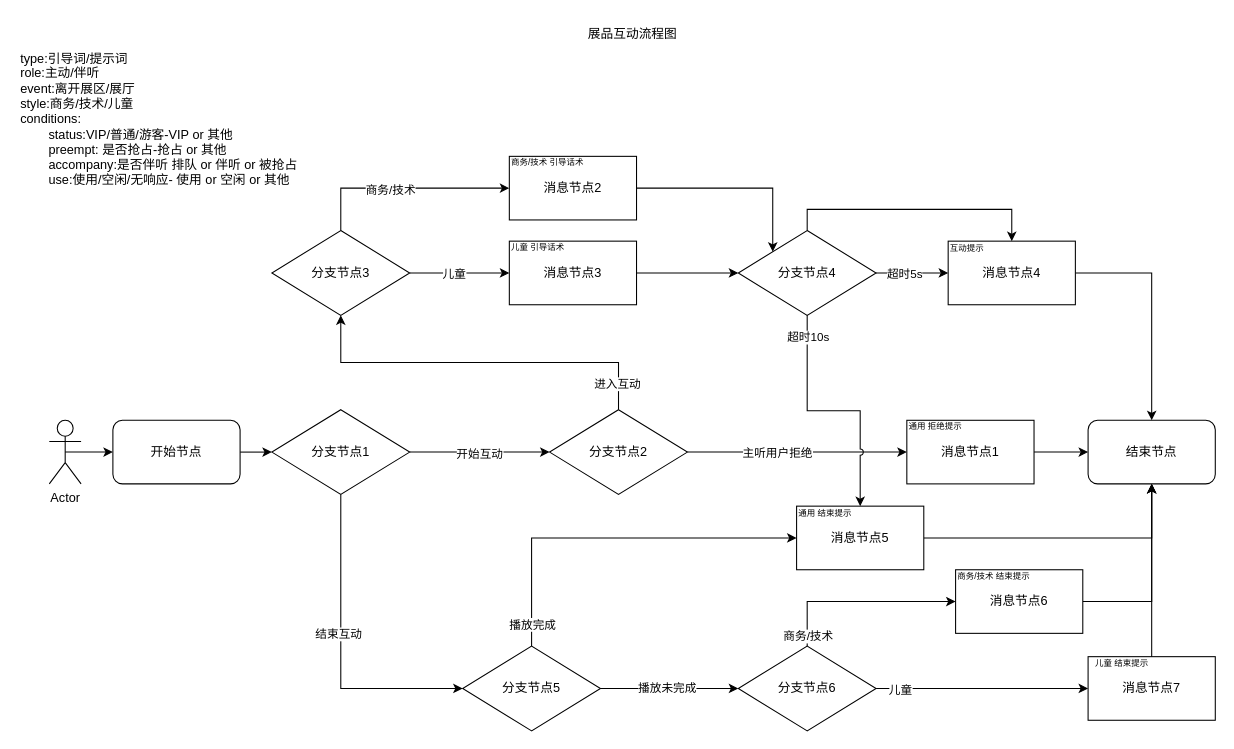
Above: 7.展品互动.drawio in huaxiaojilzg/workflow_draw (draw.io), before the change. Source tidied: cells renumbered, new cells numbered last; positions are measured from the earlier drawing's top-left corner, leaving out a move shared by most shapes. Both pictures are drawn from the tidied source at 106%, with x=0, y=0 at pixel (18, 18).
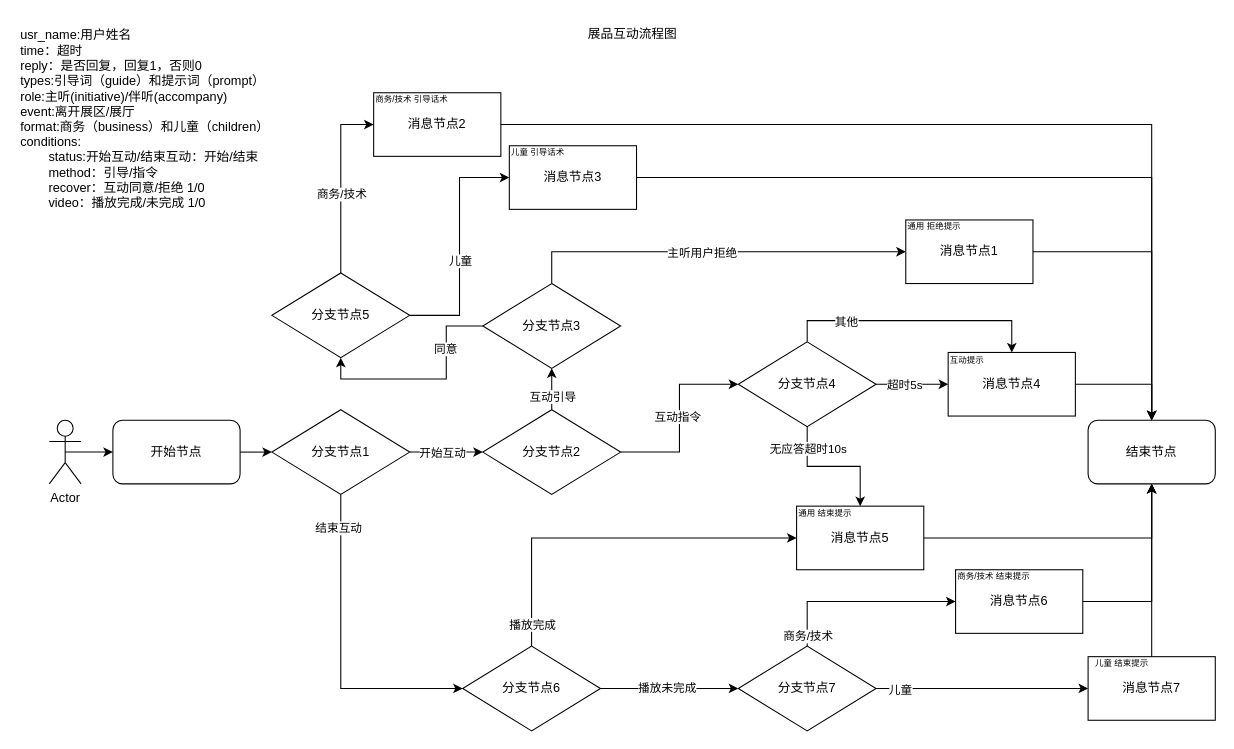
The same page after the edit.

Commit message:
更新7.展品互动.drawio

Unchanged cells that the change refers to:
```xml
<mxCell id="6" style="edgeStyle=orthogonalEdgeStyle;rounded=0;jettySize=auto;html=1;exitX=1;exitY=0.5;exitDx=0;exitDy=0;entryX=0;entryY=0.5;entryDx=0;entryDy=0;" parent="1" edge="1" source="16" target="13">
  <mxGeometry relative="1" as="geometry" />
</mxCell>
<mxCell id="10" value="结束节点" style="rounded=1;whiteSpace=wrap;html=1;" parent="1" vertex="1">
  <mxGeometry x="1009" y="379" width="120" height="60" as="geometry" />
</mxCell>
<mxCell id="14" style="edgeStyle=orthogonalEdgeStyle;rounded=0;jettySize=auto;html=1;exitX=0.5;exitY=1;exitDx=0;exitDy=0;entryX=1;entryY=0.5;entryDx=0;entryDy=0;" parent="1" edge="1" source="16" target="21">
  <mxGeometry relative="1" as="geometry" />
</mxCell>
<mxCell id="25" style="edgeStyle=orthogonalEdgeStyle;rounded=0;jettySize=auto;html=1;exitX=0.5;exitY=0;exitDx=0;exitDy=0;entryX=0.5;entryY=0;entryDx=0;entryDy=0;" parent="1" edge="1" source="27" target="44">
  <mxGeometry relative="1" as="geometry" />
</mxCell>
<mxCell id="37" style="edgeStyle=orthogonalEdgeStyle;rounded=0;jettySize=auto;html=1;exitX=0.5;exitY=0;exitDx=0;exitDy=0;entryX=0;entryY=0.5;entryDx=0;entryDy=0;" parent="1" edge="1" source="36" target="40">
  <mxGeometry relative="1" as="geometry" />
</mxCell>
```

Change to the diagram source:
```diff
@@
     <mxCell id="7" value="开始互动" style="edgeLabel;html=1;align=center;verticalAlign=middle;" parent="6" vertex="1">
-      <mxGeometry x="-0.01" y="-1" relative="1" as="geometry" />
+      <mxGeometry x="-0.01" y="-1" relative="1" as="geometry">
+        <mxPoint x="-4" y="-1" as="offset" />
+      </mxGeometry>
     </mxCell>
-    <mxCell id="8" style="edgeStyle=orthogonalEdgeStyle;rounded=0;jettySize=auto;html=1;exitX=0.5;exitY=0;exitDx=0;exitDy=0;entryX=0.5;entryY=1;entryDx=0;entryDy=0;" parent="1" edge="1" source="13" target="36">
+    <mxCell id="8" style="edgeStyle=orthogonalEdgeStyle;rounded=0;jettySize=auto;html=1;exitX=0.5;exitY=0;exitDx=0;exitDy=0;entryX=0.5;entryY=1;entryDx=0;entryDy=0;" parent="1" edge="1" source="13" target="67">
       <mxGeometry relative="1" as="geometry" />
     </mxCell>
-    <mxCell id="9" value="进入互动" style="edgeLabel;html=1;align=center;verticalAlign=middle;" parent="8" vertex="1">
-      <mxGeometry x="-0.86" y="2" relative="1" as="geometry" />
+    <mxCell id="9" value="互动引导" style="edgeLabel;html=1;align=center;verticalAlign=middle;" parent="8" vertex="1">
+      <mxGeometry x="-0.86" y="2" relative="1" as="geometry">
+        <mxPoint x="2" y="-10" as="offset" />
+      </mxGeometry>
     </mxCell>
@@
-    <mxCell id="11" style="edgeStyle=orthogonalEdgeStyle;rounded=0;jettySize=auto;html=1;exitX=1;exitY=0.5;exitDx=0;exitDy=0;entryX=0;entryY=0.5;entryDx=0;entryDy=0;jumpStyle=arc;" parent="1" edge="1" source="13" target="55">
+    <mxCell id="11" style="edgeStyle=orthogonalEdgeStyle;rounded=0;jettySize=auto;html=1;entryX=0;entryY=0.5;entryDx=0;entryDy=0;jumpStyle=arc;exitX=0.5;exitY=0;exitDx=0;exitDy=0;" parent="1" edge="1" source="67" target="55">
       <mxGeometry relative="1" as="geometry" />
     </mxCell>
@@
+    <mxCell id="61" style="edgeStyle=orthogonalEdgeStyle;rounded=0;jettySize=auto;html=1;exitX=1;exitY=0.5;exitDx=0;exitDy=0;entryX=0;entryY=0.5;entryDx=0;entryDy=0;" parent="1" edge="1" source="13" target="27">
+      <mxGeometry relative="1" as="geometry" />
+    </mxCell>
+    <mxCell id="62" value="互动指令" style="edgeLabel;html=1;align=center;verticalAlign=middle;" parent="61" vertex="1">
+      <mxGeometry x="0.02" y="2" relative="1" as="geometry" />
+    </mxCell>
     <mxCell id="13" value="分支节点2" style="rhombus;whiteSpace=wrap;html=1;" parent="1" vertex="1">
-      <mxGeometry x="501" y="369" width="130" height="80" as="geometry" />
+      <mxGeometry x="438" y="369" width="130" height="80" as="geometry" />
     </mxCell>
@@
     <mxCell id="15" value="结束互动" style="edgeLabel;html=1;align=center;verticalAlign=middle;" parent="14" vertex="1">
-      <mxGeometry x="-0.12" y="-3" relative="1" as="geometry" />
+      <mxGeometry x="-0.12" y="-3" relative="1" as="geometry">
+        <mxPoint y="-100" as="offset" />
+      </mxGeometry>
     </mxCell>
@@
-    <mxCell id="21" value="分支节点5" style="rhombus;whiteSpace=wrap;html=1;direction=west;" parent="1" vertex="1">
+    <mxCell id="21" value="分支节点6" style="rhombus;whiteSpace=wrap;html=1;direction=west;" parent="1" vertex="1">
       <mxGeometry x="419" y="592" width="130" height="80" as="geometry" />
     </mxCell>
@@
-    <mxCell id="26" value="超时10s" style="edgeLabel;html=1;align=center;verticalAlign=middle;" parent="25" vertex="1">
+    <mxCell id="26" value="无应答超时10s" style="edgeLabel;html=1;align=center;verticalAlign=middle;" parent="25" vertex="1">
       <mxGeometry x="-0.45" y="1" relative="1" as="geometry">
         <mxPoint x="-47" y="121" as="offset" />
       </mxGeometry>
     </mxCell>
+    <mxCell id="63" value="其他" style="edgeLabel;html=1;align=center;verticalAlign=middle;" parent="25" vertex="1">
+      <mxGeometry x="-0.54" y="-1" relative="1" as="geometry" />
+    </mxCell>
     <mxCell id="27" value="分支节点4" style="rhombus;whiteSpace=wrap;html=1;" parent="1" vertex="1">
-      <mxGeometry x="679" y="200" width="130" height="80" as="geometry" />
+      <mxGeometry x="679" y="305" width="130" height="80" as="geometry" />
     </mxCell>
@@
-    <mxCell id="32" value="分支节点6" style="rhombus;whiteSpace=wrap;html=1;direction=west;" parent="1" vertex="1">
+    <mxCell id="32" value="分支节点7" style="rhombus;whiteSpace=wrap;html=1;direction=west;" parent="1" vertex="1">
       <mxGeometry x="679" y="592" width="130" height="80" as="geometry" />
     </mxCell>
@@
-    <mxCell id="36" value="分支节点3" style="rhombus;whiteSpace=wrap;html=1;" parent="1" vertex="1">
-      <mxGeometry x="239" y="200" width="130" height="80" as="geometry" />
+    <mxCell id="36" value="分支节点5" style="rhombus;whiteSpace=wrap;html=1;" parent="1" vertex="1">
+      <mxGeometry x="239" y="240" width="130" height="80" as="geometry" />
     </mxCell>
@@
     <mxCell id="38" value="商务/技术" style="edgeLabel;html=1;align=center;verticalAlign=middle;" parent="37" vertex="1">
-      <mxGeometry x="-0.14" y="-1" relative="1" as="geometry" />
+      <mxGeometry x="-0.14" y="-1" relative="1" as="geometry">
+        <mxPoint x="-1" y="-1" as="offset" />
+      </mxGeometry>
     </mxCell>
-    <mxCell id="39" style="edgeStyle=orthogonalEdgeStyle;rounded=0;jettySize=auto;html=1;exitX=1;exitY=0.5;exitDx=0;exitDy=0;entryX=0;entryY=0;entryDx=0;entryDy=0;" parent="1" edge="1" source="40" target="27">
+    <mxCell id="39" style="edgeStyle=orthogonalEdgeStyle;rounded=0;jettySize=auto;html=1;exitX=1;exitY=0.5;exitDx=0;exitDy=0;entryX=0.5;entryY=0;entryDx=0;entryDy=0;" parent="1" edge="1" source="40" target="10">
       <mxGeometry relative="1" as="geometry" />
     </mxCell>
     <mxCell id="40" value="消息节点2" style="rounded=0;whiteSpace=wrap;html=1;" parent="1" vertex="1">
-      <mxGeometry x="463" y="130" width="120" height="60" as="geometry" />
+      <mxGeometry x="335" y="70" width="120" height="60" as="geometry" />
     </mxCell>
-    <mxCell id="41" style="edgeStyle=orthogonalEdgeStyle;rounded=0;jettySize=auto;html=1;exitX=1;exitY=0.5;exitDx=0;exitDy=0;" parent="1" edge="1" source="42" target="27">
+    <mxCell id="41" style="edgeStyle=orthogonalEdgeStyle;rounded=0;jettySize=auto;html=1;exitX=1;exitY=0.5;exitDx=0;exitDy=0;entryX=0.5;entryY=0;entryDx=0;entryDy=0;" parent="1" edge="1" source="42" target="10">
       <mxGeometry relative="1" as="geometry" />
     </mxCell>
     <mxCell id="42" value="消息节点3" style="rounded=0;whiteSpace=wrap;html=1;" parent="1" vertex="1">
-      <mxGeometry x="463" y="210" width="120" height="60" as="geometry" />
+      <mxGeometry x="463" y="120" width="120" height="60" as="geometry" />
     </mxCell>
@@
     <mxCell id="44" value="消息节点4" style="rounded=0;whiteSpace=wrap;html=1;" parent="1" vertex="1">
-      <mxGeometry x="877" y="210" width="120" height="60" as="geometry" />
+      <mxGeometry x="877" y="315" width="120" height="60" as="geometry" />
     </mxCell>
@@
     <mxCell id="55" value="消息节点1" style="rounded=0;whiteSpace=wrap;html=1;" parent="1" vertex="1">
-      <mxGeometry x="838" y="379" width="120" height="60" as="geometry" />
+      <mxGeometry x="837" y="190" width="120" height="60" as="geometry" />
     </mxCell>
     <mxCell id="56" value="&lt;span style=&quot;font-size: 8px;&quot;&gt;通用 拒绝提示&lt;/span&gt;" style="text;html=1;align=left;verticalAlign=middle;whiteSpace=wrap;rounded=0;" parent="1" vertex="1">
-      <mxGeometry x="838" y="379" width="80" height="10" as="geometry" />
+      <mxGeometry x="837" y="190" width="80" height="10" as="geometry" />
     </mxCell>
     <mxCell id="57" value="&lt;span style=&quot;font-size: 8px;&quot;&gt;商务/技术 引导话术&lt;/span&gt;" style="text;html=1;align=left;verticalAlign=middle;whiteSpace=wrap;rounded=0;" parent="1" vertex="1">
-      <mxGeometry x="463" y="130" width="80" height="10" as="geometry" />
+      <mxGeometry x="335" y="70" width="80" height="10" as="geometry" />
     </mxCell>
     <mxCell id="58" value="&lt;span style=&quot;font-size: 8px;&quot;&gt;儿童 引导话术&lt;/span&gt;" style="text;html=1;align=left;verticalAlign=middle;whiteSpace=wrap;rounded=0;" parent="1" vertex="1">
-      <mxGeometry x="463" y="210" width="80" height="10" as="geometry" />
+      <mxGeometry x="463" y="120" width="80" height="10" as="geometry" />
     </mxCell>
     <mxCell id="59" value="&lt;span style=&quot;font-size: 8px;&quot;&gt;互动提示&lt;/span&gt;" style="text;html=1;align=left;verticalAlign=middle;whiteSpace=wrap;rounded=0;" parent="1" vertex="1">
-      <mxGeometry x="877" y="211" width="80" height="10" as="geometry" />
+      <mxGeometry x="877" y="316" width="80" height="10" as="geometry" />
     </mxCell>
-    <mxCell id="60" value="type:引导词/提示词&lt;div&gt;role:主动/伴听&lt;/div&gt;&lt;div&gt;event:离开展区/展厅&lt;/div&gt;&lt;div&gt;style:商务/技术/儿童&lt;br&gt;conditions:&lt;/div&gt;&lt;div&gt;&lt;span style=&quot;white-space: pre;&quot;&gt;&#9;&lt;/span&gt;status:VIP/普通/游客-VIP or 其他&lt;/div&gt;&lt;div&gt;&lt;span style=&quot;white-space: pre;&quot;&gt;&#9;&lt;/span&gt;preempt: 是否抢占-抢占 or 其他&lt;/div&gt;&lt;div&gt;&lt;span style=&quot;white-space: pre;&quot;&gt;&#9;&lt;/span&gt;accompany:是否伴听 排队 or 伴听 or 被抢占&lt;/div&gt;&lt;div&gt;&lt;span style=&quot;white-space: pre;&quot;&gt;&#9;&lt;/span&gt;use:使用/空闲/无响应- 使用 or 空闲 or 其他&lt;/div&gt;" style="text;html=1;align=left;verticalAlign=middle;strokeColor=none;fillColor=none;" parent="1" vertex="1">
-      <mxGeometry y="25" width="280" height="140" as="geometry" />
-    </mxCell>
+    <mxCell id="64" value="&lt;div&gt;usr_name:用户姓名&lt;/div&gt;&lt;div&gt;time：超时&lt;/div&gt;&lt;div&gt;reply：是否回复，回复1，否则0&lt;/div&gt;types:引导词（guide）和提示词（prompt）&lt;div&gt;role:主听(initiative)/伴听(accompany)&lt;/div&gt;&lt;div&gt;event:离开展区/展厅&lt;/div&gt;&lt;div&gt;format:商务（business）和儿童（children）&lt;br&gt;conditions:&lt;/div&gt;&lt;div&gt;&lt;span style=&quot;white-space: pre;&quot;&gt;&#9;&lt;/span&gt;status:开始互动/结束互动：开始/结束&lt;/div&gt;&lt;div&gt;&lt;span style=&quot;white-space: pre;&quot;&gt;&#9;&lt;/span&gt;method：引导/指令&lt;br&gt;&lt;/div&gt;&lt;div&gt;&lt;span style=&quot;white-space: pre;&quot;&gt;&#9;&lt;/span&gt;recover：互动同意/拒绝 1/0&lt;br&gt;&lt;/div&gt;&lt;div&gt;&lt;span style=&quot;white-space: pre;&quot;&gt;&#9;&lt;/span&gt;video：播放完成/未完成 1/0&lt;br&gt;&lt;/div&gt;" style="text;html=1;align=left;verticalAlign=middle;strokeColor=none;fillColor=none;" parent="1" vertex="1">
+      <mxGeometry width="260" height="190" as="geometry" />
+    </mxCell>
+    <mxCell id="65" style="edgeStyle=orthogonalEdgeStyle;rounded=0;jettySize=auto;html=1;exitX=0;exitY=0.5;exitDx=0;exitDy=0;entryX=0.5;entryY=1;entryDx=0;entryDy=0;" parent="1" edge="1" source="67" target="36">
+      <mxGeometry relative="1" as="geometry" />
+    </mxCell>
+    <mxCell id="66" value="同意" style="edgeLabel;html=1;align=center;verticalAlign=middle;" parent="65" vertex="1">
+      <mxGeometry x="-0.45" y="-1" relative="1" as="geometry" />
+    </mxCell>
+    <mxCell id="67" value="分支节点3" style="rhombus;whiteSpace=wrap;html=1;" parent="1" vertex="1">
+      <mxGeometry x="438" y="250" width="130" height="80" as="geometry" />
+    </mxCell>
```
